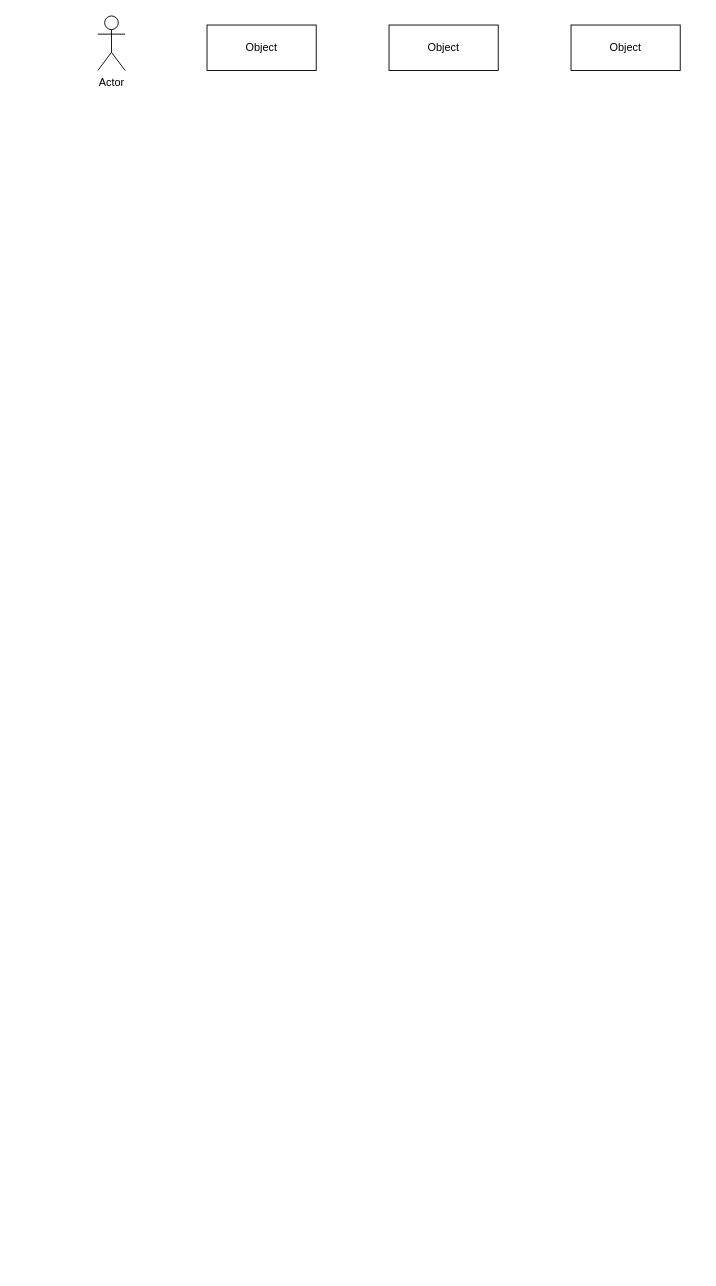
Before: 클라이언트프로그램아키택처.drawio in Hyunmin-Kwak-hub/neighbor21, a draw.io diagram. Source tidied: cells renumbered, new cells numbered last; positions are measured from the earlier drawing's top-left corner, leaving out a move shared by most shapes. Both pictures are drawn from the tidied source at 91%, with x=0, y=0 at pixel (97, 15).
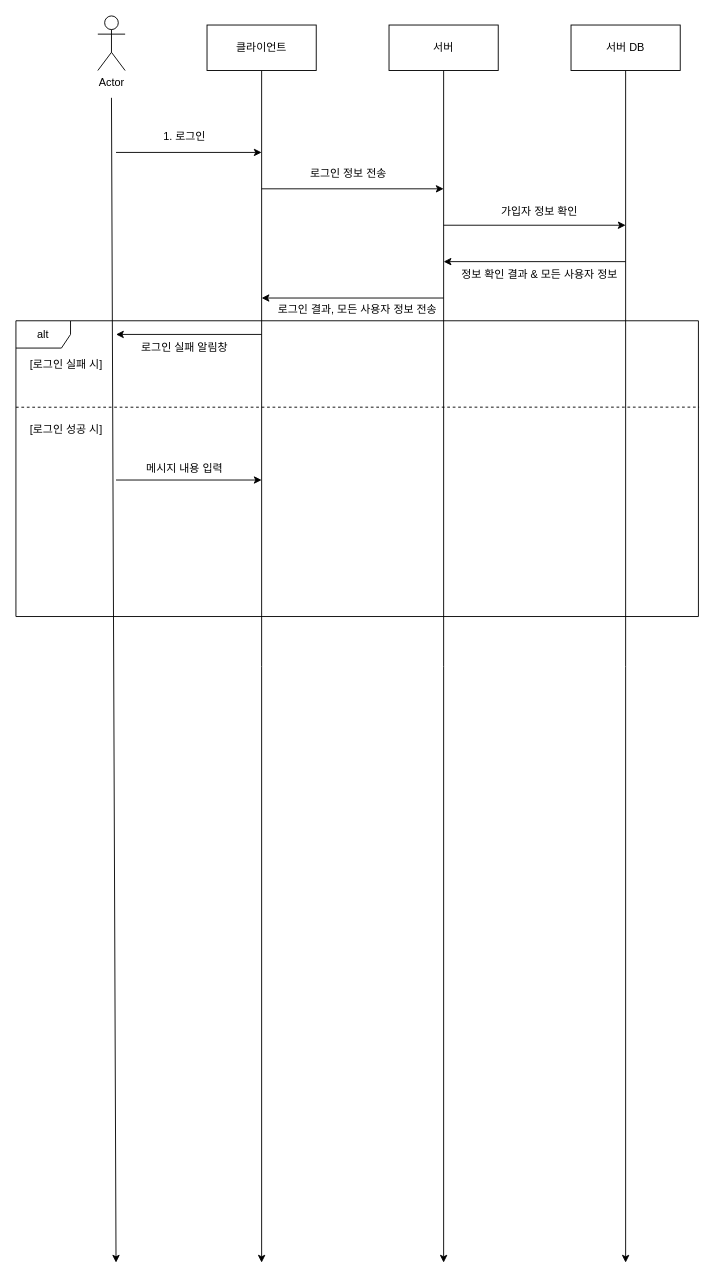
The same diagram, later.

Commit message:
클라이언트프로그램아키택처.drawio 업데이트

Diff of the diagram source:
```diff
@@
+    <mxCell id="6" style="edgeStyle=orthogonalEdgeStyle;rounded=0;jettySize=auto;html=1;exitX=0.5;exitY=1;exitDx=0;exitDy=0;" parent="1" edge="1" source="3">
+      <mxGeometry relative="1" as="geometry">
+        <mxPoint x="180" y="1370" as="targetPoint" />
+      </mxGeometry>
+    </mxCell>
-    <mxCell id="3" value="Object" style="html=1;whiteSpace=wrap;" parent="1" vertex="1">
+    <mxCell id="3" value="클라이언트" style="html=1;whiteSpace=wrap;" parent="1" vertex="1">
       <mxGeometry x="120" y="10" width="120" height="50" as="geometry" />
     </mxCell>
+    <mxCell id="7" style="edgeStyle=orthogonalEdgeStyle;rounded=0;jettySize=auto;html=1;exitX=0.5;exitY=1;exitDx=0;exitDy=0;" parent="1" edge="1" source="4">
+      <mxGeometry relative="1" as="geometry">
+        <mxPoint x="380" y="1370" as="targetPoint" />
+      </mxGeometry>
+    </mxCell>
-    <mxCell id="4" value="Object" style="html=1;whiteSpace=wrap;" parent="1" vertex="1">
+    <mxCell id="4" value="서버" style="html=1;whiteSpace=wrap;" parent="1" vertex="1">
       <mxGeometry x="320" y="10" width="120" height="50" as="geometry" />
     </mxCell>
+    <mxCell id="8" style="edgeStyle=orthogonalEdgeStyle;rounded=0;jettySize=auto;html=1;exitX=0.5;exitY=1;exitDx=0;exitDy=0;" parent="1" edge="1" source="5">
+      <mxGeometry relative="1" as="geometry">
+        <mxPoint x="580" y="1370" as="targetPoint" />
+      </mxGeometry>
+    </mxCell>
-    <mxCell id="5" value="Object" style="html=1;whiteSpace=wrap;" parent="1" vertex="1">
+    <mxCell id="5" value="서버 DB" style="html=1;whiteSpace=wrap;" parent="1" vertex="1">
       <mxGeometry x="520" y="10" width="120" height="50" as="geometry" />
     </mxCell>
+    <mxCell id="9" style="endArrow=classic;html=1;rounded=0;" parent="1" edge="1">
+      <mxGeometry relative="1" as="geometry">
+        <mxPoint x="15" y="90" as="sourcePoint" />
+        <mxPoint x="20" y="1370" as="targetPoint" />
+      </mxGeometry>
+    </mxCell>
+    <mxCell id="10" style="endArrow=classic;html=1;rounded=0;" parent="1" edge="1">
+      <mxGeometry relative="1" as="geometry">
+        <mxPoint x="20" y="150" as="sourcePoint" />
+        <mxPoint x="180" y="150" as="targetPoint" />
+      </mxGeometry>
+    </mxCell>
+    <mxCell id="11" value="1. 로그인" style="text;html=1;align=center;verticalAlign=middle;strokeColor=none;fillColor=none;" parent="1" vertex="1">
+      <mxGeometry x="60" y="118" width="70" height="30" as="geometry" />
+    </mxCell>
+    <mxCell id="12" style="endArrow=classic;html=1;rounded=0;" parent="1" edge="1">
+      <mxGeometry relative="1" as="geometry">
+        <mxPoint x="180" y="190" as="sourcePoint" />
+        <mxPoint x="380" y="190" as="targetPoint" />
+      </mxGeometry>
+    </mxCell>
+    <mxCell id="13" value="로그인 정보 전송" style="text;html=1;align=center;verticalAlign=middle;strokeColor=none;fillColor=none;" parent="1" vertex="1">
+      <mxGeometry x="220" y="158" width="110" height="30" as="geometry" />
+    </mxCell>
+    <mxCell id="14" style="endArrow=classic;html=1;rounded=0;" parent="1" edge="1">
+      <mxGeometry relative="1" as="geometry">
+        <mxPoint x="380" y="230" as="sourcePoint" />
+        <mxPoint x="580" y="230" as="targetPoint" />
+      </mxGeometry>
+    </mxCell>
+    <mxCell id="15" value="가입자 정보 확인" style="text;html=1;align=center;verticalAlign=middle;strokeColor=none;fillColor=none;" parent="1" vertex="1">
+      <mxGeometry x="430" y="200" width="110" height="30" as="geometry" />
+    </mxCell>
+    <mxCell id="16" style="endArrow=classic;html=1;rounded=0;" parent="1" edge="1">
+      <mxGeometry relative="1" as="geometry">
+        <mxPoint x="580" y="270" as="sourcePoint" />
+        <mxPoint x="380" y="270" as="targetPoint" />
+      </mxGeometry>
+    </mxCell>
+    <mxCell id="17" value="정보 확인 결과 &amp;amp; 모든 사용자 정보" style="text;html=1;align=center;verticalAlign=middle;strokeColor=none;fillColor=none;" parent="1" vertex="1">
+      <mxGeometry x="380" y="270" width="210" height="30" as="geometry" />
+    </mxCell>
+    <mxCell id="18" style="endArrow=classic;html=1;rounded=0;" parent="1" edge="1">
+      <mxGeometry relative="1" as="geometry">
+        <mxPoint x="380" y="310" as="sourcePoint" />
+        <mxPoint x="180" y="310" as="targetPoint" />
+      </mxGeometry>
+    </mxCell>
+    <mxCell id="19" value="로그인 결과, 모든 사용자 정보 전송" style="text;html=1;align=center;verticalAlign=middle;strokeColor=none;fillColor=none;" parent="1" vertex="1">
+      <mxGeometry x="180" y="308" width="210" height="30" as="geometry" />
+    </mxCell>
+    <mxCell id="20" style="endArrow=classic;html=1;rounded=0;" parent="1" edge="1">
+      <mxGeometry relative="1" as="geometry">
+        <mxPoint x="180" y="350" as="sourcePoint" />
+        <mxPoint x="20" y="350" as="targetPoint" />
+      </mxGeometry>
+    </mxCell>
+    <mxCell id="21" value="alt" style="shape=umlFrame;whiteSpace=wrap;html=1;" parent="1" vertex="1">
+      <mxGeometry x="-90" y="335" width="750" height="325" as="geometry" />
+    </mxCell>
+    <mxCell id="22" value="로그인 실패 알림창" style="text;html=1;align=center;verticalAlign=middle;strokeColor=none;fillColor=none;" parent="1" vertex="1">
+      <mxGeometry x="30" y="350" width="130" height="30" as="geometry" />
+    </mxCell>
+    <mxCell id="23" style="endArrow=none;dashed=1;html=1;rounded=0;entryX=1.001;entryY=0.292;entryDx=0;entryDy=0;entryPerimeter=0;" parent="1" edge="1" target="21">
+      <mxGeometry relative="1" as="geometry">
+        <mxPoint x="-90" y="430" as="sourcePoint" />
+      </mxGeometry>
+    </mxCell>
+    <mxCell id="24" value="[로그인 실패 시]" style="text;html=1;align=center;verticalAlign=middle;strokeColor=none;fillColor=none;" parent="1" vertex="1">
+      <mxGeometry x="-90" y="368" width="110" height="30" as="geometry" />
+    </mxCell>
+    <mxCell id="25" value="[로그인 성공 시]" style="text;html=1;align=center;verticalAlign=middle;strokeColor=none;fillColor=none;" parent="1" vertex="1">
+      <mxGeometry x="-90" y="440" width="110" height="30" as="geometry" />
+    </mxCell>
+    <mxCell id="26" style="endArrow=classic;html=1;rounded=0;" parent="1" edge="1">
+      <mxGeometry relative="1" as="geometry">
+        <mxPoint x="20" y="510" as="sourcePoint" />
+        <mxPoint x="180" y="510" as="targetPoint" />
+      </mxGeometry>
+    </mxCell>
+    <mxCell id="27" value="메시지 내용 입력" style="text;html=1;align=center;verticalAlign=middle;strokeColor=none;fillColor=none;" parent="1" vertex="1">
+      <mxGeometry x="40" y="482.5" width="110" height="30" as="geometry" />
+    </mxCell>
```
